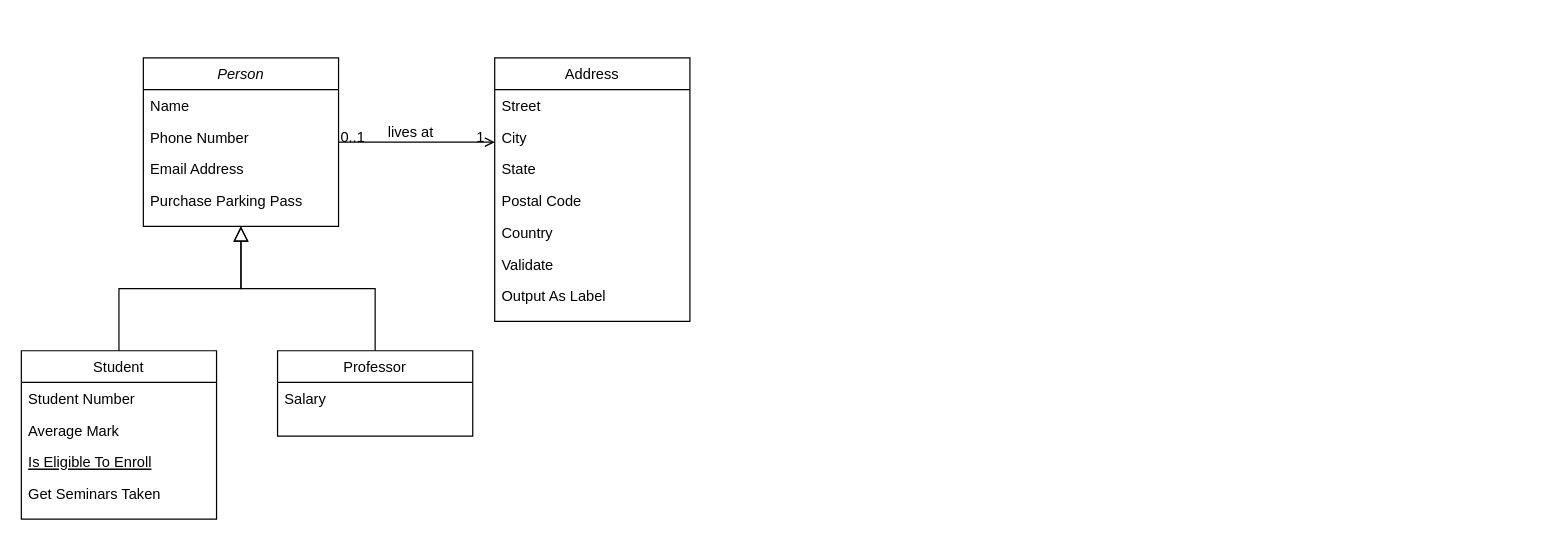
Earlier version of the draw.io diagram projet_v1.drawio (Igniiis/CSI_Projet). Source tidied: cells renumbered, new cells numbered last; positions are measured from the earlier drawing's top-left corner, leaving out a move shared by most shapes. Both pictures are drawn from the tidied source at 122%, with x=0, y=0 at pixel (21, 57).
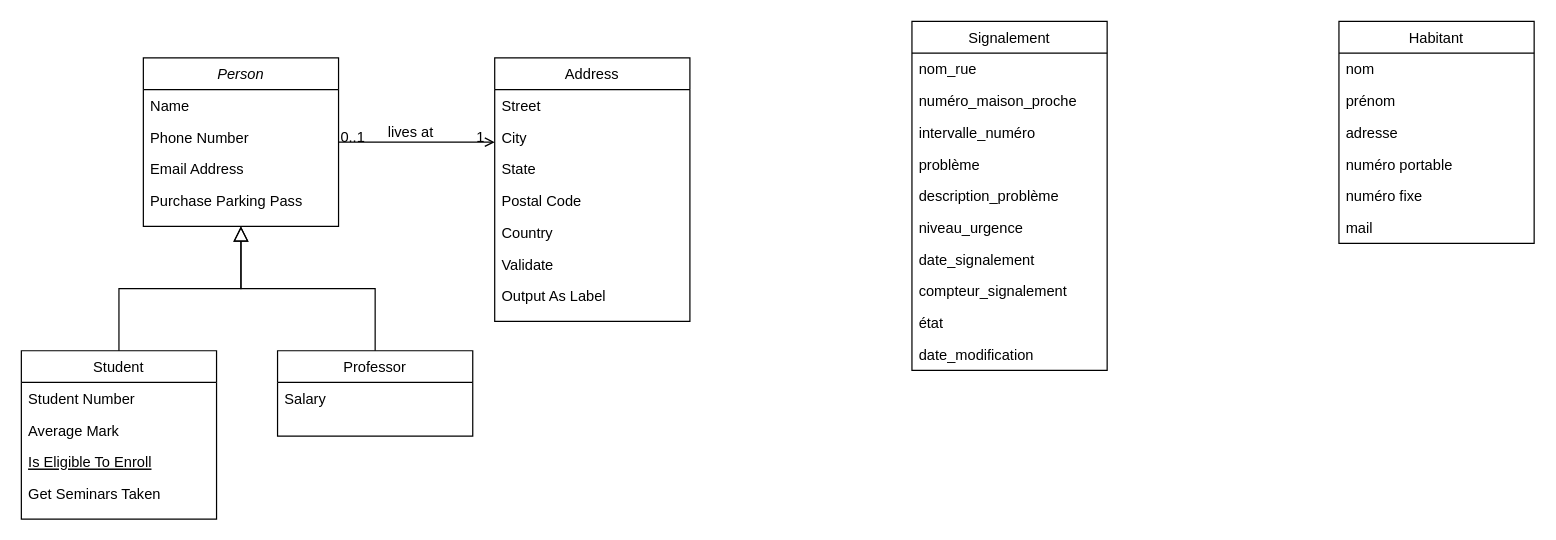
Above is the later version.

Commit message (it also covers changes not shown here):
Mettre à jour projet_v1.drawio

Change to the diagram source:
```diff
@@
+    <mxCell id="28" value="Signalement" style="swimlane;fontStyle=0;align=center;verticalAlign=top;horizontal=1;startSize=26;rounded=0;shadow=0;strokeWidth=1;" parent="1" vertex="1">
+      <mxGeometry x="730" y="-30" width="160" height="286" as="geometry" />
+    </mxCell>
+    <mxCell id="29" value="nom_rue" style="text;align=left;verticalAlign=top;spacingLeft=4;spacingRight=4;overflow=hidden;" parent="28" vertex="1">
+      <mxGeometry y="26" width="160" height="26" as="geometry" />
+    </mxCell>
+    <mxCell id="30" value="numéro_maison_proche" style="text;align=left;verticalAlign=top;spacingLeft=4;spacingRight=4;overflow=hidden;rounded=0;shadow=0;html=0;" parent="28" vertex="1">
+      <mxGeometry y="52" width="160" height="26" as="geometry" />
+    </mxCell>
+    <mxCell id="31" value="intervalle_numéro" style="text;align=left;verticalAlign=top;spacingLeft=4;spacingRight=4;overflow=hidden;rounded=0;shadow=0;html=0;" parent="28" vertex="1">
+      <mxGeometry y="78" width="160" height="26" as="geometry" />
+    </mxCell>
+    <mxCell id="32" value="problème" style="text;align=left;verticalAlign=top;spacingLeft=4;spacingRight=4;overflow=hidden;rounded=0;shadow=0;html=0;" parent="28" vertex="1">
+      <mxGeometry y="104" width="160" height="26" as="geometry" />
+    </mxCell>
+    <mxCell id="33" value="description_problème" style="text;align=left;verticalAlign=top;spacingLeft=4;spacingRight=4;overflow=hidden;rounded=0;shadow=0;html=0;" parent="28" vertex="1">
+      <mxGeometry y="130" width="160" height="26" as="geometry" />
+    </mxCell>
+    <mxCell id="34" value="niveau_urgence" style="text;align=left;verticalAlign=top;spacingLeft=4;spacingRight=4;overflow=hidden;" parent="28" vertex="1">
+      <mxGeometry y="156" width="160" height="26" as="geometry" />
+    </mxCell>
+    <mxCell id="35" value="date_signalement" style="text;align=left;verticalAlign=top;spacingLeft=4;spacingRight=4;overflow=hidden;" parent="28" vertex="1">
+      <mxGeometry y="182" width="160" height="26" as="geometry" />
+    </mxCell>
+    <mxCell id="36" value="compteur_signalement" style="text;align=left;verticalAlign=top;spacingLeft=4;spacingRight=4;overflow=hidden;" parent="28" vertex="1">
+      <mxGeometry y="208" width="160" height="26" as="geometry" />
+    </mxCell>
+    <mxCell id="37" value="état" style="text;align=left;verticalAlign=top;spacingLeft=4;spacingRight=4;overflow=hidden;" parent="28" vertex="1">
+      <mxGeometry y="234" width="160" height="26" as="geometry" />
+    </mxCell>
+    <mxCell id="38" value="date_modification" style="text;align=left;verticalAlign=top;spacingLeft=4;spacingRight=4;overflow=hidden;" parent="28" vertex="1">
+      <mxGeometry y="260" width="160" height="26" as="geometry" />
+    </mxCell>
+    <mxCell id="39" value="Habitant" style="swimlane;fontStyle=0;align=center;verticalAlign=top;horizontal=1;startSize=26;rounded=0;shadow=0;strokeWidth=1;" parent="1" vertex="1">
+      <mxGeometry x="1080" y="-30" width="160" height="182" as="geometry" />
+    </mxCell>
+    <mxCell id="40" value="nom" style="text;align=left;verticalAlign=top;spacingLeft=4;spacingRight=4;overflow=hidden;" parent="39" vertex="1">
+      <mxGeometry y="26" width="160" height="26" as="geometry" />
+    </mxCell>
+    <mxCell id="41" value="prénom" style="text;align=left;verticalAlign=top;spacingLeft=4;spacingRight=4;overflow=hidden;" parent="39" vertex="1">
+      <mxGeometry y="52" width="160" height="26" as="geometry" />
+    </mxCell>
+    <mxCell id="42" value="adresse" style="text;align=left;verticalAlign=top;spacingLeft=4;spacingRight=4;overflow=hidden;" parent="39" vertex="1">
+      <mxGeometry y="78" width="160" height="26" as="geometry" />
+    </mxCell>
+    <mxCell id="43" value="numéro portable" style="text;align=left;verticalAlign=top;spacingLeft=4;spacingRight=4;overflow=hidden;" parent="39" vertex="1">
+      <mxGeometry y="104" width="160" height="26" as="geometry" />
+    </mxCell>
+    <mxCell id="44" value="numéro fixe" style="text;align=left;verticalAlign=top;spacingLeft=4;spacingRight=4;overflow=hidden;" parent="39" vertex="1">
+      <mxGeometry y="130" width="160" height="26" as="geometry" />
+    </mxCell>
+    <mxCell id="45" value="mail" style="text;align=left;verticalAlign=top;spacingLeft=4;spacingRight=4;overflow=hidden;" parent="39" vertex="1">
+      <mxGeometry y="156" width="160" height="26" as="geometry" />
+    </mxCell>
```
